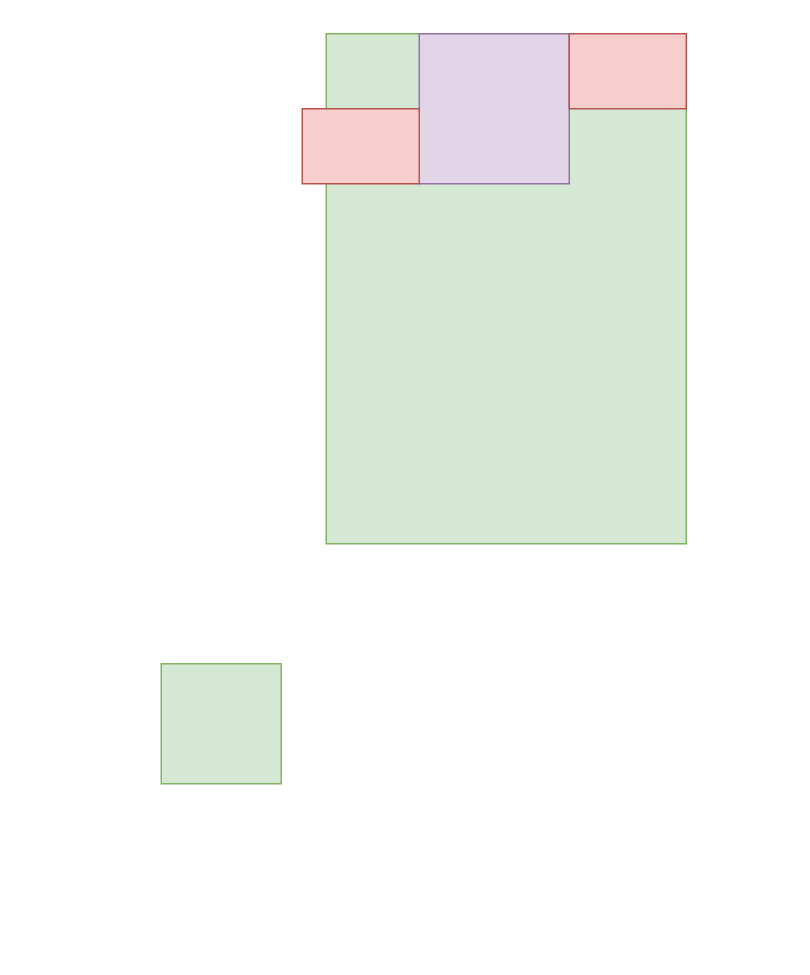
This is page "MSZ" (1 of 2) of MSZ.drawio from habibsifat/Study-Materials, a draw.io file, before an edit. Source tidied: cells renumbered, new cells numbered last; positions are measured from the earlier drawing's top-left corner, leaving out a move shared by most shapes. Both pictures are drawn from the tidied source at 150%, with x=0, y=0 at pixel (160, 33).
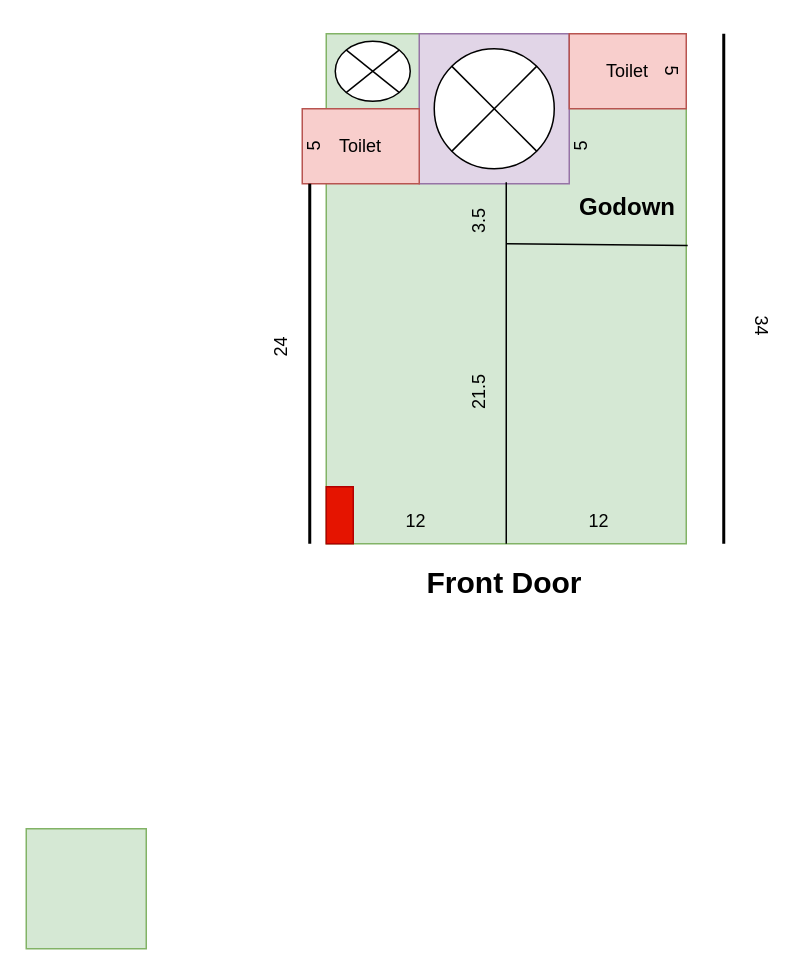
The same diagram, later.

The change refers to these unchanged cells:
```xml
<mxCell id="2" style="whiteSpace=wrap;html=1;fillColor=#d5e8d4;strokeColor=#82b366;" parent="1" vertex="1">
  <mxGeometry x="110" width="240" height="340" as="geometry" />
</mxCell>
<mxCell id="4" style="whiteSpace=wrap;html=1;fillColor=#e1d5e7;strokeColor=#9673a6;" parent="1" vertex="1">
  <mxGeometry x="172" width="100" height="100" as="geometry" />
</mxCell>
```

Change to the diagram source:
```diff
@@
     <mxCell id="3" style="whiteSpace=wrap;html=1;fillColor=#d5e8d4;strokeColor=#82b366;" parent="1" vertex="1">
-      <mxGeometry y="420" width="80" height="80" as="geometry" />
+      <mxGeometry x="-90" y="530" width="80" height="80" as="geometry" />
     </mxCell>
@@
-    <mxCell id="5" style="whiteSpace=wrap;html=1;fillColor=#f8cecc;strokeColor=#b85450;" parent="1" vertex="1">
+    <mxCell id="5" value="Toilet" style="whiteSpace=wrap;html=1;fillColor=#f8cecc;strokeColor=#b85450;" parent="1" vertex="1">
       <mxGeometry x="272" width="78" height="50" as="geometry" />
     </mxCell>
-    <mxCell id="6" style="whiteSpace=wrap;html=1;fillColor=#f8cecc;strokeColor=#b85450;" parent="1" vertex="1">
+    <mxCell id="6" value="Toilet" style="whiteSpace=wrap;html=1;fillColor=#f8cecc;strokeColor=#b85450;" parent="1" vertex="1">
       <mxGeometry x="94" y="50" width="78" height="50" as="geometry" />
     </mxCell>
+    <mxCell id="7" style="shape=sumEllipse;perimeter=ellipsePerimeter;whiteSpace=wrap;html=1;backgroundOutline=1;" parent="1" vertex="1">
+      <mxGeometry x="182" y="10" width="80" height="80" as="geometry" />
+    </mxCell>
+    <mxCell id="8" style="shape=sumEllipse;perimeter=ellipsePerimeter;whiteSpace=wrap;html=1;backgroundOutline=1;" parent="1" vertex="1">
+      <mxGeometry x="116" y="5" width="50" height="40" as="geometry" />
+    </mxCell>
+    <mxCell id="9" style="whiteSpace=wrap;html=1;fillColor=#e51400;strokeColor=#B20000;fontColor=#ffffff;" parent="1" vertex="1">
+      <mxGeometry x="110" y="302" width="18" height="38" as="geometry" />
+    </mxCell>
+    <mxCell id="10" style="endArrow=none;html=1;rounded=0;exitX=0.58;exitY=0.99;exitDx=0;exitDy=0;exitPerimeter=0;entryX=0.5;entryY=1;entryDx=0;entryDy=0;" parent="1" edge="1" source="4" target="2">
+      <mxGeometry relative="1" as="geometry" />
+    </mxCell>
+    <mxCell id="11" value="&lt;b&gt;&lt;font style=&quot;font-size: 20px;&quot;&gt;Front Door&lt;/font&gt;&lt;/b&gt;" style="text;html=1;whiteSpace=wrap;strokeColor=none;fillColor=none;align=center;verticalAlign=middle;rounded=0;" parent="1" vertex="1">
+      <mxGeometry x="175" y="350" width="108" height="30" as="geometry" />
+    </mxCell>
+    <mxCell id="12" style="endArrow=none;html=1;rounded=0;entryX=1.004;entryY=0.415;entryDx=0;entryDy=0;entryPerimeter=0;" parent="1" edge="1" target="2">
+      <mxGeometry relative="1" as="geometry">
+        <mxPoint x="230" y="140" as="sourcePoint" />
+      </mxGeometry>
+    </mxCell>
+    <mxCell id="13" value="&lt;b&gt;&lt;font style=&quot;font-size: 16px;&quot;&gt;Godown&lt;/font&gt;&lt;/b&gt;" style="text;html=1;whiteSpace=wrap;strokeColor=none;fillColor=none;align=center;verticalAlign=middle;rounded=0;" parent="1" vertex="1">
+      <mxGeometry x="281" y="100" width="60" height="30" as="geometry" />
+    </mxCell>
+    <mxCell id="14" value="24" style="text;html=1;whiteSpace=wrap;strokeColor=none;fillColor=none;align=center;verticalAlign=middle;rounded=0;rotation=270;" parent="1" vertex="1">
+      <mxGeometry x="50" y="194" width="60" height="30" as="geometry" />
+    </mxCell>
+    <mxCell id="15" value="21.5" style="text;html=1;whiteSpace=wrap;strokeColor=none;fillColor=none;align=center;verticalAlign=middle;rounded=0;rotation=270;" parent="1" vertex="1">
+      <mxGeometry x="182" y="224" width="60" height="30" as="geometry" />
+    </mxCell>
+    <mxCell id="16" value="3.5" style="text;html=1;whiteSpace=wrap;strokeColor=none;fillColor=none;align=center;verticalAlign=middle;rounded=0;rotation=270;" parent="1" vertex="1">
+      <mxGeometry x="182" y="110" width="60" height="30" as="geometry" />
+    </mxCell>
+    <mxCell id="17" value="5" style="text;html=1;whiteSpace=wrap;strokeColor=none;fillColor=none;align=center;verticalAlign=middle;rounded=0;rotation=270;" parent="1" vertex="1">
+      <mxGeometry x="250" y="60" width="60" height="30" as="geometry" />
+    </mxCell>
+    <mxCell id="18" value="34" style="text;html=1;whiteSpace=wrap;strokeColor=none;fillColor=none;align=center;verticalAlign=middle;rounded=0;rotation=90;" parent="1" vertex="1">
+      <mxGeometry x="370" y="180" width="60" height="30" as="geometry" />
+    </mxCell>
+    <mxCell id="19" style="line;strokeWidth=2;direction=south;html=1;" parent="1" vertex="1">
+      <mxGeometry x="370" width="10" height="340" as="geometry" />
+    </mxCell>
+    <mxCell id="20" style="line;strokeWidth=2;direction=south;html=1;" parent="1" vertex="1">
+      <mxGeometry x="94" y="100" width="10" height="240" as="geometry" />
+    </mxCell>
+    <mxCell id="21" value="5" style="text;html=1;whiteSpace=wrap;strokeColor=none;fillColor=none;align=center;verticalAlign=middle;rounded=0;rotation=90;" parent="1" vertex="1">
+      <mxGeometry x="310" y="10" width="60" height="30" as="geometry" />
+    </mxCell>
+    <mxCell id="22" value="5" style="text;html=1;whiteSpace=wrap;strokeColor=none;fillColor=none;align=center;verticalAlign=middle;rounded=0;rotation=270;" parent="1" vertex="1">
+      <mxGeometry x="72" y="60" width="60" height="30" as="geometry" />
+    </mxCell>
+    <mxCell id="23" value="12" style="text;html=1;whiteSpace=wrap;strokeColor=none;fillColor=none;align=center;verticalAlign=middle;rounded=0;" parent="1" vertex="1">
+      <mxGeometry x="262" y="310" width="60" height="30" as="geometry" />
+    </mxCell>
+    <mxCell id="24" value="12" style="text;html=1;whiteSpace=wrap;strokeColor=none;fillColor=none;align=center;verticalAlign=middle;rounded=0;" parent="1" vertex="1">
+      <mxGeometry x="140" y="310" width="60" height="30" as="geometry" />
+    </mxCell>
```
